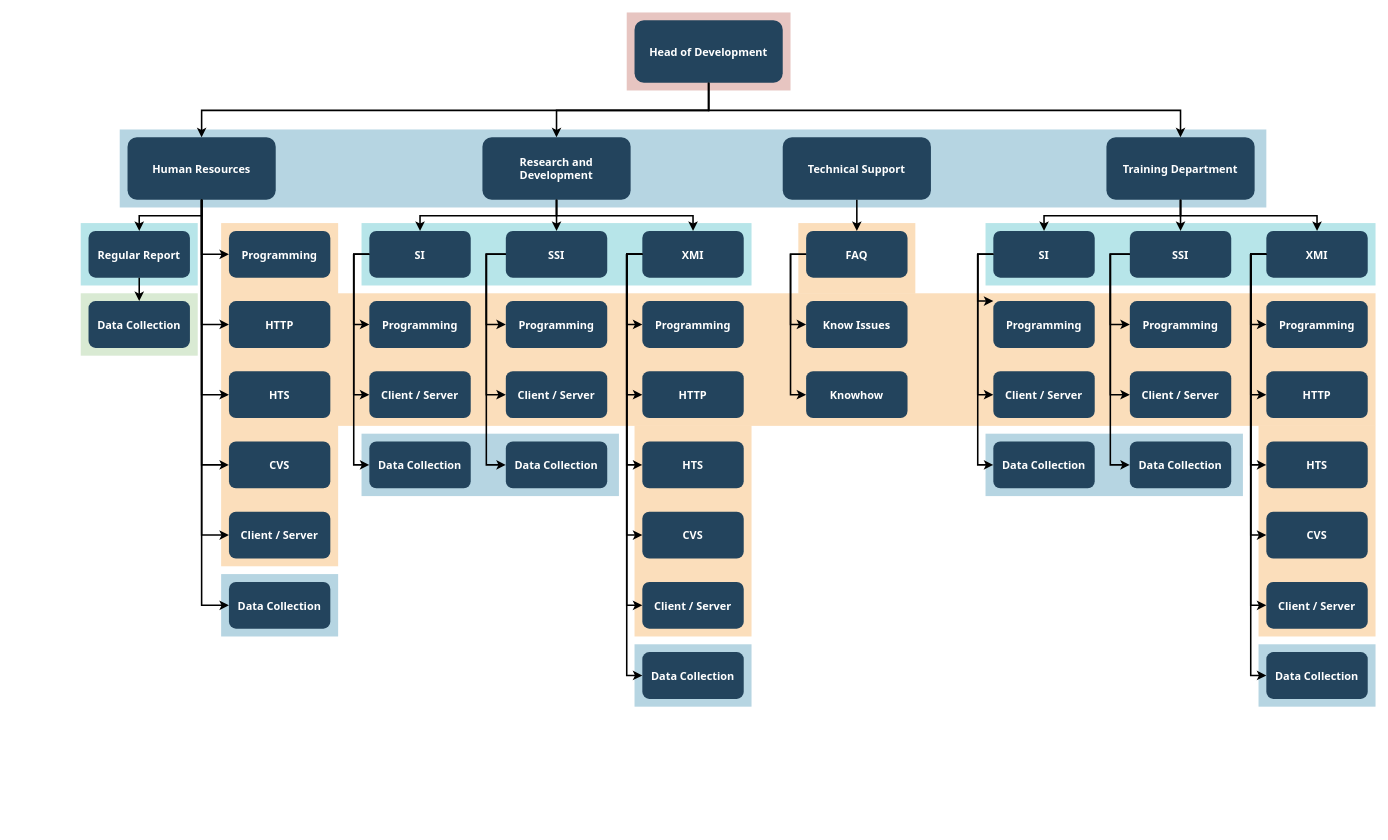
Before: Untitled Diagram.drawio in qinweidy/flow, a draw.io diagram. Source tidied: cells renumbered, new cells numbered last; positions are measured from the earlier drawing's top-left corner, leaving out a move shared by most shapes. Both pictures are drawn from the tidied source at 78%, with x=0, y=0 at pixel (80, 12).
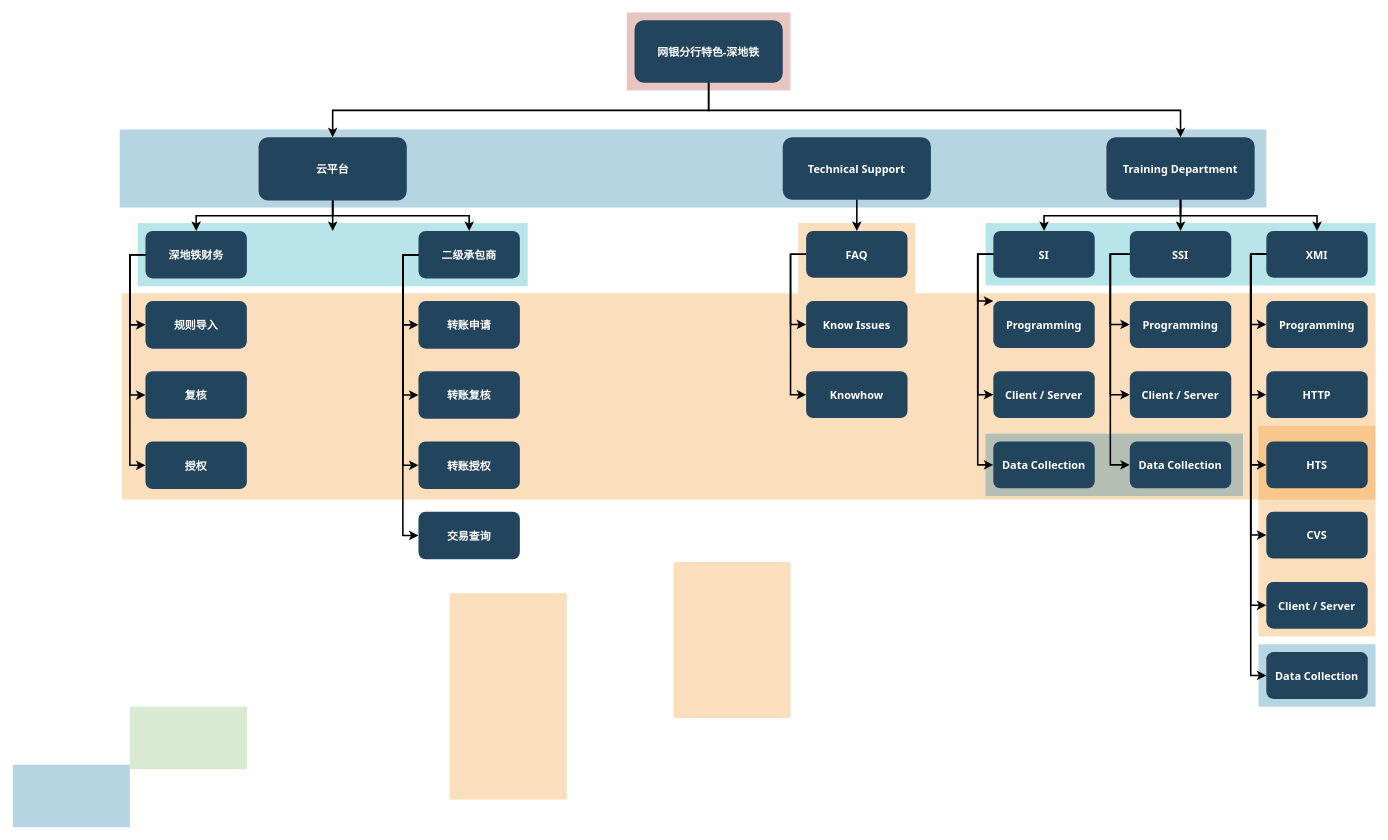
Above is the later version.

Change to the diagram source:
```diff
@@
+    <mxCell id="108" style="fillColor=#F2931E;strokeColor=none;opacity=30;" parent="1" vertex="1">
+      <mxGeometry x="760" y="704" width="150" height="200" as="geometry" />
+    </mxCell>
@@
-    <mxCell id="6" style="fillColor=#F2931E;strokeColor=none;opacity=30;" parent="1" vertex="1">
-      <mxGeometry x="710" y="529.5" width="150" height="270" as="geometry" />
-    </mxCell>
-    <mxCell id="7" style="fillColor=#F2931E;strokeColor=none;opacity=30;" parent="1" vertex="1">
-      <mxGeometry x="180" y="269.5" width="150" height="440" as="geometry" />
-    </mxCell>
     <mxCell id="8" style="fillColor=#F2931E;strokeColor=none;opacity=30;" parent="1" vertex="1">
-      <mxGeometry x="330" y="359.5" width="1330" height="170" as="geometry" />
+      <mxGeometry x="53" y="359.5" width="1607" height="264.5" as="geometry" />
     </mxCell>
@@
-    <mxCell id="11" style="fillColor=#10739E;strokeColor=none;opacity=30;" parent="1" vertex="1">
-      <mxGeometry x="710" y="809.5" width="150" height="80" as="geometry" />
-    </mxCell>
-    <mxCell id="12" style="fillColor=#10739E;strokeColor=none;opacity=30;" parent="1" vertex="1">
-      <mxGeometry x="360" y="539.5" width="330" height="80" as="geometry" />
-    </mxCell>
     <mxCell id="13" style="fillColor=#10739E;strokeColor=none;opacity=30;" parent="1" vertex="1">
-      <mxGeometry x="180" y="719.5" width="150" height="80" as="geometry" />
+      <mxGeometry x="-87" y="964" width="150" height="80" as="geometry" />
     </mxCell>
     <mxCell id="14" style="fillColor=#D9EAD3;strokeColor=none;" parent="1" vertex="1">
-      <mxGeometry y="359.5" width="150" height="80" as="geometry" />
+      <mxGeometry x="63" y="889.5" width="150" height="80" as="geometry" />
     </mxCell>
@@
-    <mxCell id="16" style="fillColor=#12AAB5;strokeColor=none;opacity=30;" parent="1" vertex="1">
-      <mxGeometry x="360" y="269.5" width="500" height="80" as="geometry" />
-    </mxCell>
-    <mxCell id="17" style="fillColor=#12AAB5;strokeColor=none;opacity=30;" parent="1" vertex="1">
-      <mxGeometry y="269.5" width="150" height="80" as="geometry" />
-    </mxCell>
-    <mxCell id="18" value="Head of Development" style="rounded=1;fillColor=#23445D;gradientColor=none;strokeColor=none;fontColor=#FFFFFF;fontStyle=1;fontFamily=Tahoma;fontSize=14;" parent="1" vertex="1">
+    <mxCell id="18" value="网银分行特色-深地铁" style="rounded=1;fillColor=#23445D;gradientColor=none;strokeColor=none;fontColor=#FFFFFF;fontStyle=1;fontFamily=Tahoma;fontSize=14;" parent="1" vertex="1">
       <mxGeometry x="710" y="9.5" width="190" height="80" as="geometry" />
     </mxCell>
@@
-    <mxCell id="22" value="Research and &#10;Development" style="rounded=1;fillColor=#23445D;gradientColor=none;strokeColor=none;fontColor=#FFFFFF;fontStyle=1;fontFamily=Tahoma;fontSize=14;" parent="1" vertex="1">
-      <mxGeometry x="515" y="159.5" width="190" height="80" as="geometry" />
-    </mxCell>
-    <mxCell id="23" value="Human Resources" style="rounded=1;fillColor=#23445D;gradientColor=none;strokeColor=none;fontColor=#FFFFFF;fontStyle=1;fontFamily=Tahoma;fontSize=14;" parent="1" vertex="1">
-      <mxGeometry x="60" y="159.5" width="190" height="80" as="geometry" />
-    </mxCell>
-    <mxCell id="24" value="Regular Report" style="rounded=1;fillColor=#23445D;gradientColor=none;strokeColor=none;fontColor=#FFFFFF;fontStyle=1;fontFamily=Tahoma;fontSize=14;" parent="1" vertex="1">
-      <mxGeometry x="10" y="279.5" width="130" height="60" as="geometry" />
-    </mxCell>
-    <mxCell id="25" value="Data Collection" style="rounded=1;fillColor=#23445D;gradientColor=none;strokeColor=none;fontColor=#FFFFFF;fontStyle=1;fontFamily=Tahoma;fontSize=14;" parent="1" vertex="1">
-      <mxGeometry x="10" y="369.5" width="130" height="60" as="geometry" />
-    </mxCell>
-    <mxCell id="26" value="Programming" style="rounded=1;fillColor=#23445D;gradientColor=none;strokeColor=none;fontColor=#FFFFFF;fontStyle=1;fontFamily=Tahoma;fontSize=14;" parent="1" vertex="1">
-      <mxGeometry x="190" y="279.5" width="130" height="60" as="geometry" />
-    </mxCell>
-    <mxCell id="27" value="HTTP" style="rounded=1;fillColor=#23445D;gradientColor=none;strokeColor=none;fontColor=#FFFFFF;fontStyle=1;fontFamily=Tahoma;fontSize=14;" parent="1" vertex="1">
-      <mxGeometry x="190" y="369.5" width="130" height="60" as="geometry" />
-    </mxCell>
-    <mxCell id="28" value="HTS" style="rounded=1;fillColor=#23445D;gradientColor=none;strokeColor=none;fontColor=#FFFFFF;fontStyle=1;fontFamily=Tahoma;fontSize=14;" parent="1" vertex="1">
-      <mxGeometry x="190" y="459.5" width="130" height="60" as="geometry" />
-    </mxCell>
-    <mxCell id="29" value="CVS" style="rounded=1;fillColor=#23445D;gradientColor=none;strokeColor=none;fontColor=#FFFFFF;fontStyle=1;fontFamily=Tahoma;fontSize=14;" parent="1" vertex="1">
-      <mxGeometry x="190" y="549.5" width="130" height="60" as="geometry" />
-    </mxCell>
-    <mxCell id="30" value="Client / Server" style="rounded=1;fillColor=#23445D;gradientColor=none;strokeColor=none;fontColor=#FFFFFF;fontStyle=1;fontFamily=Tahoma;fontSize=14;" parent="1" vertex="1">
-      <mxGeometry x="190" y="639.5" width="130" height="60" as="geometry" />
-    </mxCell>
-    <mxCell id="31" value="Data Collection" style="rounded=1;fillColor=#23445D;gradientColor=none;strokeColor=none;fontColor=#FFFFFF;fontStyle=1;fontFamily=Tahoma;fontSize=14;" parent="1" vertex="1">
-      <mxGeometry x="190" y="729.5" width="130" height="60" as="geometry" />
-    </mxCell>
-    <mxCell id="32" value="SI" style="rounded=1;fillColor=#23445D;gradientColor=none;strokeColor=none;fontColor=#FFFFFF;fontStyle=1;fontFamily=Tahoma;fontSize=14;" parent="1" vertex="1">
-      <mxGeometry x="370" y="279.5" width="130" height="60" as="geometry" />
-    </mxCell>
-    <mxCell id="33" value="Programming" style="rounded=1;fillColor=#23445D;gradientColor=none;strokeColor=none;fontColor=#FFFFFF;fontStyle=1;fontFamily=Tahoma;fontSize=14;" parent="1" vertex="1">
-      <mxGeometry x="370" y="369.5" width="130" height="60" as="geometry" />
-    </mxCell>
-    <mxCell id="34" value="Client / Server" style="rounded=1;fillColor=#23445D;gradientColor=none;strokeColor=none;fontColor=#FFFFFF;fontStyle=1;fontFamily=Tahoma;fontSize=14;" parent="1" vertex="1">
-      <mxGeometry x="370" y="459.5" width="130" height="60" as="geometry" />
-    </mxCell>
-    <mxCell id="35" value="Data Collection" style="rounded=1;fillColor=#23445D;gradientColor=none;strokeColor=none;fontColor=#FFFFFF;fontStyle=1;fontFamily=Tahoma;fontSize=14;" parent="1" vertex="1">
-      <mxGeometry x="370" y="549.5" width="130" height="60" as="geometry" />
-    </mxCell>
-    <mxCell id="36" value="SSI" style="rounded=1;fillColor=#23445D;gradientColor=none;strokeColor=none;fontColor=#FFFFFF;fontStyle=1;fontFamily=Tahoma;fontSize=14;" parent="1" vertex="1">
-      <mxGeometry x="545" y="279.5" width="130" height="60" as="geometry" />
-    </mxCell>
-    <mxCell id="37" value="Programming" style="rounded=1;fillColor=#23445D;gradientColor=none;strokeColor=none;fontColor=#FFFFFF;fontStyle=1;fontFamily=Tahoma;fontSize=14;" parent="1" vertex="1">
-      <mxGeometry x="545" y="369.5" width="130" height="60" as="geometry" />
-    </mxCell>
-    <mxCell id="38" value="Client / Server" style="rounded=1;fillColor=#23445D;gradientColor=none;strokeColor=none;fontColor=#FFFFFF;fontStyle=1;fontFamily=Tahoma;fontSize=14;" parent="1" vertex="1">
-      <mxGeometry x="545" y="459.5" width="130" height="60" as="geometry" />
-    </mxCell>
-    <mxCell id="39" value="Data Collection" style="rounded=1;fillColor=#23445D;gradientColor=none;strokeColor=none;fontColor=#FFFFFF;fontStyle=1;fontFamily=Tahoma;fontSize=14;" parent="1" vertex="1">
-      <mxGeometry x="545" y="549.5" width="130" height="60" as="geometry" />
-    </mxCell>
-    <mxCell id="40" value="XMI" style="rounded=1;fillColor=#23445D;gradientColor=none;strokeColor=none;fontColor=#FFFFFF;fontStyle=1;fontFamily=Tahoma;fontSize=14;" parent="1" vertex="1">
-      <mxGeometry x="720" y="279.5" width="130" height="60" as="geometry" />
-    </mxCell>
-    <mxCell id="41" value="Programming" style="rounded=1;fillColor=#23445D;gradientColor=none;strokeColor=none;fontColor=#FFFFFF;fontStyle=1;fontFamily=Tahoma;fontSize=14;" parent="1" vertex="1">
-      <mxGeometry x="720" y="369.5" width="130" height="60" as="geometry" />
-    </mxCell>
-    <mxCell id="42" value="HTTP" style="rounded=1;fillColor=#23445D;gradientColor=none;strokeColor=none;fontColor=#FFFFFF;fontStyle=1;fontFamily=Tahoma;fontSize=14;" parent="1" vertex="1">
-      <mxGeometry x="720" y="459.5" width="130" height="60" as="geometry" />
-    </mxCell>
-    <mxCell id="43" value="HTS" style="rounded=1;fillColor=#23445D;gradientColor=none;strokeColor=none;fontColor=#FFFFFF;fontStyle=1;fontFamily=Tahoma;fontSize=14;" parent="1" vertex="1">
-      <mxGeometry x="720" y="549.5" width="130" height="60" as="geometry" />
-    </mxCell>
-    <mxCell id="44" value="CVS" style="rounded=1;fillColor=#23445D;gradientColor=none;strokeColor=none;fontColor=#FFFFFF;fontStyle=1;fontFamily=Tahoma;fontSize=14;" parent="1" vertex="1">
-      <mxGeometry x="720" y="639.5" width="130" height="60" as="geometry" />
-    </mxCell>
-    <mxCell id="45" value="Client / Server" style="rounded=1;fillColor=#23445D;gradientColor=none;strokeColor=none;fontColor=#FFFFFF;fontStyle=1;fontFamily=Tahoma;fontSize=14;" parent="1" vertex="1">
-      <mxGeometry x="720" y="729.5" width="130" height="60" as="geometry" />
-    </mxCell>
-    <mxCell id="46" value="Data Collection" style="rounded=1;fillColor=#23445D;gradientColor=none;strokeColor=none;fontColor=#FFFFFF;fontStyle=1;fontFamily=Tahoma;fontSize=14;" parent="1" vertex="1">
-      <mxGeometry x="720" y="819.5" width="130" height="60" as="geometry" />
-    </mxCell>
@@
-    <mxCell id="65" style="edgeStyle=elbowEdgeStyle;elbow=vertical;strokeWidth=2;rounded=0;" parent="1" edge="1" source="18" target="22">
-      <mxGeometry x="347" y="225.5" as="geometry" />
-    </mxCell>
-    <mxCell id="66" style="edgeStyle=elbowEdgeStyle;elbow=vertical;strokeWidth=2;rounded=0;" parent="1" edge="1" source="18" target="23">
+    <mxCell id="66" style="edgeStyle=elbowEdgeStyle;elbow=vertical;strokeWidth=2;rounded=0;entryX=0.5;entryY=0;entryDx=0;entryDy=0;" parent="1" edge="1" source="18" target="110">
       <mxGeometry x="-23" y="135.5" as="geometry" />
     </mxCell>
-    <mxCell id="67" style="edgeStyle=elbowEdgeStyle;elbow=vertical;strokeWidth=2;rounded=0;" parent="1" edge="1" source="23" target="24">
-      <mxGeometry x="-23" y="135.5" as="geometry" />
-    </mxCell>
-    <mxCell id="68" style="edgeStyle=elbowEdgeStyle;elbow=horizontal;strokeWidth=2;rounded=0;" parent="1" edge="1" source="23" target="26">
-      <mxGeometry x="-23" y="135.5" as="geometry">
-        <Array as="points">
-          <mxPoint x="155" y="259.5" />
-        </Array>
-      </mxGeometry>
-    </mxCell>
-    <mxCell id="69" style="edgeStyle=elbowEdgeStyle;elbow=horizontal;strokeWidth=2;rounded=0;" parent="1" edge="1" source="23" target="27">
-      <mxGeometry x="-23" y="135.5" as="geometry">
-        <Array as="points">
-          <mxPoint x="155" y="299.5" />
-        </Array>
-      </mxGeometry>
-    </mxCell>
-    <mxCell id="70" style="edgeStyle=elbowEdgeStyle;elbow=horizontal;strokeWidth=2;rounded=0;" parent="1" edge="1" source="23" target="28">
-      <mxGeometry x="-23" y="135.5" as="geometry">
-        <Array as="points">
-          <mxPoint x="155" y="349.5" />
-        </Array>
-      </mxGeometry>
-    </mxCell>
-    <mxCell id="71" style="edgeStyle=elbowEdgeStyle;elbow=horizontal;strokeWidth=2;rounded=0;" parent="1" edge="1" source="23" target="29">
-      <mxGeometry x="-23" y="135.5" as="geometry">
-        <Array as="points">
-          <mxPoint x="155" y="399.5" />
-        </Array>
-      </mxGeometry>
-    </mxCell>
-    <mxCell id="72" style="edgeStyle=elbowEdgeStyle;elbow=horizontal;strokeWidth=2;rounded=0;" parent="1" edge="1" source="23" target="30">
-      <mxGeometry x="-23" y="135.5" as="geometry">
-        <Array as="points">
-          <mxPoint x="155" y="439.5" />
-        </Array>
-      </mxGeometry>
-    </mxCell>
-    <mxCell id="73" style="edgeStyle=elbowEdgeStyle;elbow=horizontal;strokeWidth=2;rounded=0;" parent="1" edge="1" source="23" target="31">
-      <mxGeometry x="-23" y="135.5" as="geometry">
-        <Array as="points">
-          <mxPoint x="155" y="489.5" />
-        </Array>
-      </mxGeometry>
-    </mxCell>
-    <mxCell id="74" style="edgeStyle=elbowEdgeStyle;elbow=horizontal;strokeWidth=2;rounded=0;" parent="1" edge="1" source="32" target="33">
-      <mxGeometry x="-23" y="135.5" as="geometry">
-        <Array as="points">
-          <mxPoint x="350" y="359.5" />
-        </Array>
-      </mxGeometry>
-    </mxCell>
-    <mxCell id="75" style="edgeStyle=elbowEdgeStyle;elbow=horizontal;strokeWidth=2;rounded=0;" parent="1" edge="1" source="32" target="34">
-      <mxGeometry x="-23" y="135.5" as="geometry">
-        <Array as="points">
-          <mxPoint x="350" y="399.5" />
-        </Array>
-      </mxGeometry>
-    </mxCell>
-    <mxCell id="76" style="edgeStyle=elbowEdgeStyle;elbow=horizontal;strokeWidth=2;rounded=0;" parent="1" edge="1" source="32" target="35">
-      <mxGeometry x="-23" y="135.5" as="geometry">
-        <Array as="points">
-          <mxPoint x="350" y="439.5" />
-        </Array>
-      </mxGeometry>
-    </mxCell>
-    <mxCell id="77" style="edgeStyle=elbowEdgeStyle;elbow=horizontal;strokeWidth=2;rounded=0;" parent="1" edge="1" source="36" target="37">
-      <mxGeometry x="-23" y="135.5" as="geometry">
-        <Array as="points">
-          <mxPoint x="520" y="359.5" />
-        </Array>
-      </mxGeometry>
-    </mxCell>
-    <mxCell id="78" style="edgeStyle=elbowEdgeStyle;elbow=horizontal;strokeWidth=2;rounded=0;" parent="1" edge="1" source="36" target="38">
-      <mxGeometry x="-23" y="135.5" as="geometry">
-        <Array as="points">
-          <mxPoint x="520" y="399.5" />
-        </Array>
-      </mxGeometry>
-    </mxCell>
-    <mxCell id="79" style="edgeStyle=elbowEdgeStyle;elbow=horizontal;strokeWidth=2;rounded=0;" parent="1" edge="1" source="36" target="39">
-      <mxGeometry x="-23" y="135.5" as="geometry">
-        <Array as="points">
-          <mxPoint x="520" y="439.5" />
-        </Array>
-      </mxGeometry>
-    </mxCell>
-    <mxCell id="80" style="edgeStyle=elbowEdgeStyle;elbow=horizontal;strokeWidth=2;rounded=0;" parent="1" edge="1" source="40" target="41">
-      <mxGeometry x="-23" y="135.5" as="geometry">
-        <Array as="points">
-          <mxPoint x="700" y="359.5" />
-        </Array>
-      </mxGeometry>
-    </mxCell>
-    <mxCell id="81" style="edgeStyle=elbowEdgeStyle;elbow=horizontal;strokeWidth=2;rounded=0;" parent="1" edge="1" source="40" target="42">
-      <mxGeometry x="-23" y="135.5" as="geometry">
-        <Array as="points">
-          <mxPoint x="700" y="399.5" />
-        </Array>
-      </mxGeometry>
-    </mxCell>
-    <mxCell id="82" style="edgeStyle=elbowEdgeStyle;elbow=horizontal;strokeWidth=2;rounded=0;" parent="1" edge="1" source="40" target="43">
-      <mxGeometry x="-23" y="135.5" as="geometry">
-        <Array as="points">
-          <mxPoint x="700" y="449.5" />
-        </Array>
-      </mxGeometry>
-    </mxCell>
-    <mxCell id="83" style="edgeStyle=elbowEdgeStyle;elbow=horizontal;strokeWidth=2;rounded=0;" parent="1" edge="1" source="40" target="44">
-      <mxGeometry x="-23" y="135.5" as="geometry">
-        <Array as="points">
-          <mxPoint x="700" y="489.5" />
-        </Array>
-      </mxGeometry>
-    </mxCell>
-    <mxCell id="84" style="edgeStyle=elbowEdgeStyle;elbow=horizontal;strokeWidth=2;rounded=0;" parent="1" edge="1" source="40" target="45">
-      <mxGeometry x="-23" y="135.5" as="geometry">
-        <Array as="points">
-          <mxPoint x="700" y="529.5" />
-        </Array>
-      </mxGeometry>
-    </mxCell>
-    <mxCell id="85" style="edgeStyle=elbowEdgeStyle;elbow=horizontal;strokeWidth=2;rounded=0;" parent="1" edge="1" source="40" target="46">
-      <mxGeometry x="-23" y="135.5" as="geometry">
-        <Array as="points">
-          <mxPoint x="700" y="579.5" />
-        </Array>
-      </mxGeometry>
-    </mxCell>
@@
-    <mxCell id="100" style="edgeStyle=elbowEdgeStyle;elbow=vertical;strokeWidth=2;rounded=0;" parent="1" edge="1" source="22" target="32">
-      <mxGeometry x="-23" y="135.5" as="geometry" />
-    </mxCell>
-    <mxCell id="101" style="edgeStyle=elbowEdgeStyle;elbow=vertical;strokeWidth=2;rounded=0;" parent="1" edge="1" source="22" target="36">
-      <mxGeometry x="-23" y="135.5" as="geometry" />
-    </mxCell>
-    <mxCell id="102" style="edgeStyle=elbowEdgeStyle;elbow=vertical;strokeWidth=2;rounded=0;" parent="1" edge="1" source="22" target="40">
-      <mxGeometry x="-23" y="135.5" as="geometry" />
-    </mxCell>
@@
-    <mxCell id="107" style="edgeStyle=elbowEdgeStyle;elbow=vertical;rounded=0;strokeWidth=2;" parent="1" edge="1" source="24" target="25">
-      <mxGeometry x="-23" y="135.5" as="geometry" />
-    </mxCell>
+    <mxCell id="109" style="fillColor=#12AAB5;strokeColor=none;opacity=30;" parent="1" vertex="1">
+      <mxGeometry x="73" y="269.5" width="500" height="81" as="geometry" />
+    </mxCell>
+    <mxCell id="110" value="云平台" style="rounded=1;fillColor=#23445D;gradientColor=none;strokeColor=none;fontColor=#FFFFFF;fontStyle=1;fontFamily=Tahoma;fontSize=14;" parent="1" vertex="1">
+      <mxGeometry x="228" y="159.5" width="190" height="81" as="geometry" />
+    </mxCell>
+    <mxCell id="111" value="深地铁财务" style="rounded=1;fillColor=#23445D;gradientColor=none;strokeColor=none;fontColor=#FFFFFF;fontStyle=1;fontFamily=Tahoma;fontSize=14;" parent="1" vertex="1">
+      <mxGeometry x="83" y="279.5" width="130" height="61" as="geometry" />
+    </mxCell>
+    <mxCell id="112" value="规则导入" style="rounded=1;fillColor=#23445D;gradientColor=none;strokeColor=none;fontColor=#FFFFFF;fontStyle=1;fontFamily=Tahoma;fontSize=14;" parent="1" vertex="1">
+      <mxGeometry x="83" y="369.5" width="130" height="61" as="geometry" />
+    </mxCell>
+    <mxCell id="113" value="复核" style="rounded=1;fillColor=#23445D;gradientColor=none;strokeColor=none;fontColor=#FFFFFF;fontStyle=1;fontFamily=Tahoma;fontSize=14;" parent="1" vertex="1">
+      <mxGeometry x="83" y="459.5" width="130" height="61" as="geometry" />
+    </mxCell>
+    <mxCell id="114" value="授权" style="rounded=1;fillColor=#23445D;gradientColor=none;strokeColor=none;fontColor=#FFFFFF;fontStyle=1;fontFamily=Tahoma;fontSize=14;" parent="1" vertex="1">
+      <mxGeometry x="83" y="549.5" width="130" height="61" as="geometry" />
+    </mxCell>
+    <mxCell id="115" value="二级承包商" style="rounded=1;fillColor=#23445D;gradientColor=none;strokeColor=none;fontColor=#FFFFFF;fontStyle=1;fontFamily=Tahoma;fontSize=14;" parent="1" vertex="1">
+      <mxGeometry x="433" y="279.5" width="130" height="61" as="geometry" />
+    </mxCell>
+    <mxCell id="116" value="转账申请" style="rounded=1;fillColor=#23445D;gradientColor=none;strokeColor=none;fontColor=#FFFFFF;fontStyle=1;fontFamily=Tahoma;fontSize=14;" parent="1" vertex="1">
+      <mxGeometry x="433" y="369.5" width="130" height="61" as="geometry" />
+    </mxCell>
+    <mxCell id="117" value="转账复核" style="rounded=1;fillColor=#23445D;gradientColor=none;strokeColor=none;fontColor=#FFFFFF;fontStyle=1;fontFamily=Tahoma;fontSize=14;" parent="1" vertex="1">
+      <mxGeometry x="433" y="459.5" width="130" height="61" as="geometry" />
+    </mxCell>
+    <mxCell id="118" value="转账授权" style="rounded=1;fillColor=#23445D;gradientColor=none;strokeColor=none;fontColor=#FFFFFF;fontStyle=1;fontFamily=Tahoma;fontSize=14;" parent="1" vertex="1">
+      <mxGeometry x="433" y="549.5" width="130" height="61" as="geometry" />
+    </mxCell>
+    <mxCell id="119" value="交易查询" style="rounded=1;fillColor=#23445D;gradientColor=none;strokeColor=none;fontColor=#FFFFFF;fontStyle=1;fontFamily=Tahoma;fontSize=14;" parent="1" vertex="1">
+      <mxGeometry x="433" y="639.5" width="130" height="61" as="geometry" />
+    </mxCell>
+    <mxCell id="120" style="edgeStyle=elbowEdgeStyle;elbow=horizontal;strokeWidth=2;rounded=0;" parent="1" edge="1" source="111" target="112">
+      <mxGeometry x="-310" y="135.5" as="geometry">
+        <Array as="points">
+          <mxPoint x="63" y="359.5" />
+        </Array>
+      </mxGeometry>
+    </mxCell>
+    <mxCell id="121" style="edgeStyle=elbowEdgeStyle;elbow=horizontal;strokeWidth=2;rounded=0;" parent="1" edge="1" source="111" target="113">
+      <mxGeometry x="-310" y="135.5" as="geometry">
+        <Array as="points">
+          <mxPoint x="63" y="399.5" />
+        </Array>
+      </mxGeometry>
+    </mxCell>
+    <mxCell id="122" style="edgeStyle=elbowEdgeStyle;elbow=horizontal;strokeWidth=2;rounded=0;" parent="1" edge="1" source="111" target="114">
+      <mxGeometry x="-310" y="135.5" as="geometry">
+        <Array as="points">
+          <mxPoint x="63" y="439.5" />
+        </Array>
+      </mxGeometry>
+    </mxCell>
+    <mxCell id="123" style="edgeStyle=elbowEdgeStyle;elbow=horizontal;strokeWidth=2;rounded=0;" parent="1" edge="1" source="115" target="116">
+      <mxGeometry x="-310" y="135.5" as="geometry">
+        <Array as="points">
+          <mxPoint x="413" y="359.5" />
+        </Array>
+      </mxGeometry>
+    </mxCell>
+    <mxCell id="124" style="edgeStyle=elbowEdgeStyle;elbow=horizontal;strokeWidth=2;rounded=0;" parent="1" edge="1" source="115" target="117">
+      <mxGeometry x="-310" y="135.5" as="geometry">
+        <Array as="points">
+          <mxPoint x="413" y="399.5" />
+        </Array>
+      </mxGeometry>
+    </mxCell>
+    <mxCell id="125" style="edgeStyle=elbowEdgeStyle;elbow=horizontal;strokeWidth=2;rounded=0;" parent="1" edge="1" source="115" target="118">
+      <mxGeometry x="-310" y="135.5" as="geometry">
+        <Array as="points">
+          <mxPoint x="413" y="449.5" />
+        </Array>
+      </mxGeometry>
+    </mxCell>
+    <mxCell id="126" style="edgeStyle=elbowEdgeStyle;elbow=horizontal;strokeWidth=2;rounded=0;" parent="1" edge="1" source="115" target="119">
+      <mxGeometry x="-310" y="135.5" as="geometry">
+        <Array as="points">
+          <mxPoint x="413" y="489.5" />
+        </Array>
+      </mxGeometry>
+    </mxCell>
+    <mxCell id="127" style="edgeStyle=elbowEdgeStyle;elbow=vertical;strokeWidth=2;rounded=0;" parent="1" edge="1" source="110" target="111">
+      <mxGeometry x="-310" y="135.5" as="geometry" />
+    </mxCell>
+    <mxCell id="128" style="edgeStyle=elbowEdgeStyle;elbow=vertical;strokeWidth=2;rounded=0;" parent="1" edge="1" source="110">
+      <mxGeometry x="-310" y="135.5" as="geometry">
+        <mxPoint x="323" y="279.5" as="targetPoint" />
+        <Array as="points">
+          <mxPoint x="323" y="241" />
+        </Array>
+      </mxGeometry>
+    </mxCell>
+    <mxCell id="129" style="edgeStyle=elbowEdgeStyle;elbow=vertical;strokeWidth=2;rounded=0;" parent="1" edge="1" source="110" target="115">
+      <mxGeometry x="-310" y="135.5" as="geometry" />
+    </mxCell>
+    <mxCell id="130" style="fillColor=#F2931E;strokeColor=none;opacity=30;" parent="1" vertex="1">
+      <mxGeometry x="473" y="744" width="150" height="264.5" as="geometry" />
+    </mxCell>
```
